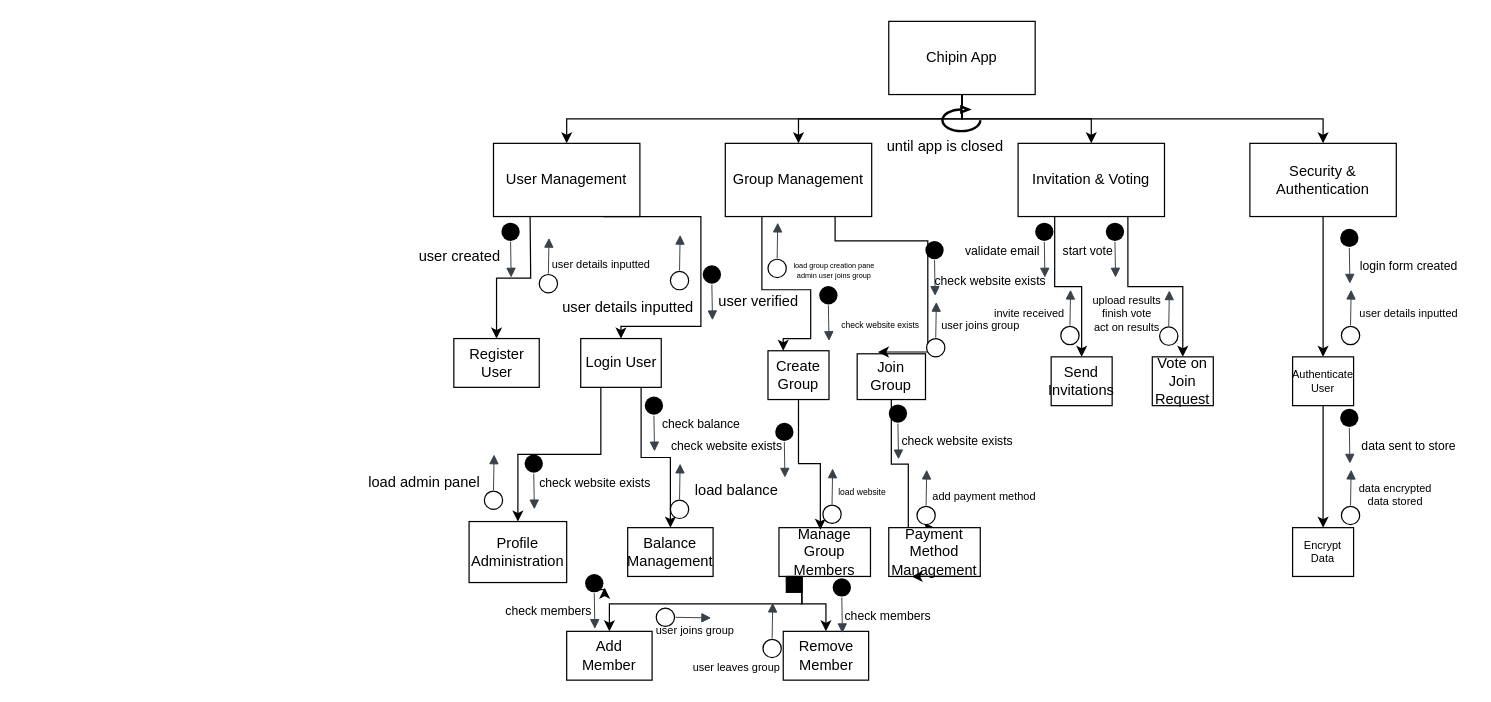
This is Software Engineering 2024 4 - Structure Chart.drawio from LaventD/ssa_project, a draw.io file, before an edit. Source tidied: cells renumbered, new cells numbered last; positions are measured from the earlier drawing's top-left corner, leaving out a move shared by most shapes. Both pictures are drawn from the tidied source at 122%, with x=0, y=0 at pixel (355, 21).
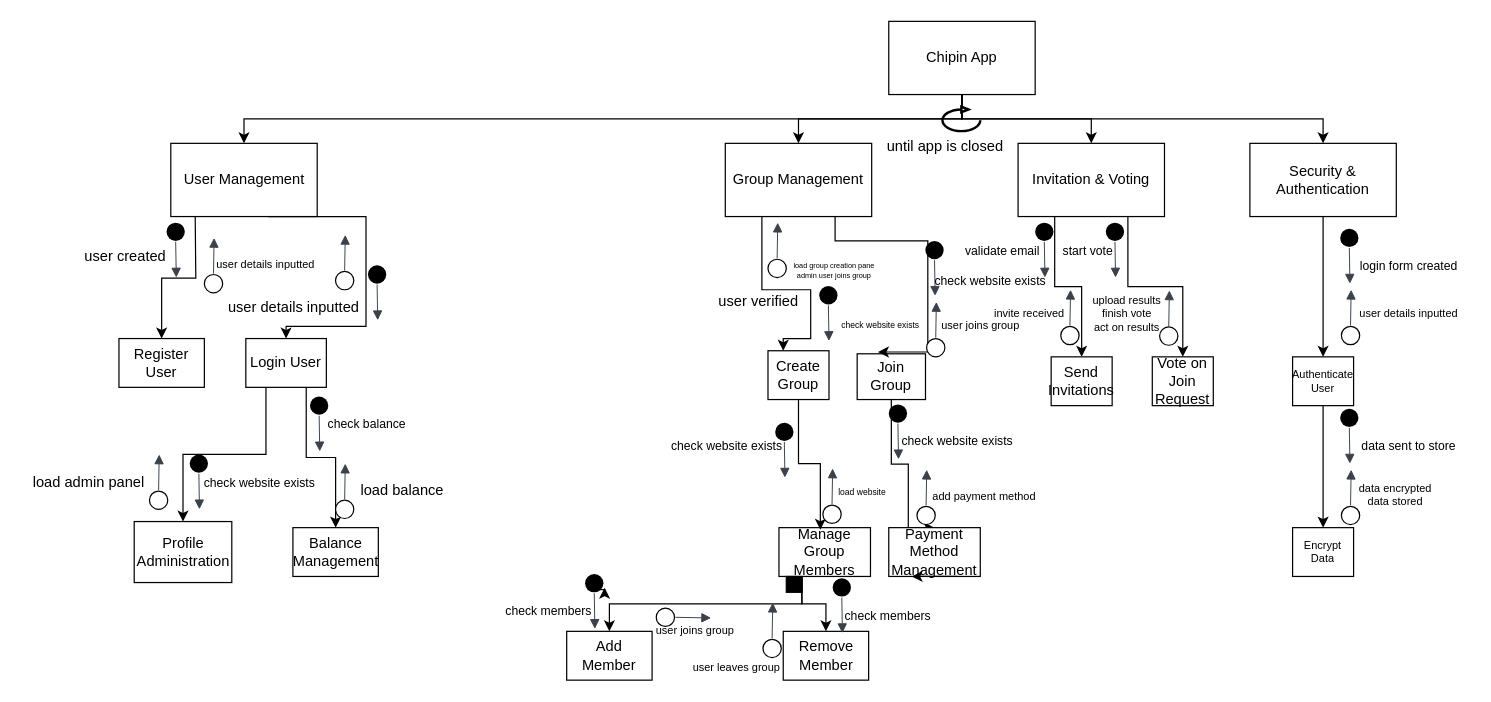
The same page after the edit.

Change to the diagram source:
```diff
@@
     <mxCell id="7" style="edgeStyle=orthogonalEdgeStyle;rounded=0;jettySize=auto;html=1;entryX=0.5;entryY=0;entryDx=0;entryDy=0;" parent="1" edge="1" target="19">
       <mxGeometry relative="1" as="geometry">
-        <mxPoint x="143" y="160" as="sourcePoint" />
+        <mxPoint x="-131.5" y="160" as="sourcePoint" />
       </mxGeometry>
     </mxCell>
-    <mxCell id="8" style="edgeStyle=orthogonalEdgeStyle;rounded=0;jettySize=auto;html=1;exitX=0.75;exitY=1;exitDx=0;exitDy=0;entryX=0.5;entryY=0;entryDx=0;entryDy=0;" parent="1" edge="1" source="9" target="22">
+    <mxCell id="8" style="edgeStyle=orthogonalEdgeStyle;rounded=0;jettySize=auto;html=1;exitX=0.75;exitY=1;exitDx=0;exitDy=0;entryX=0.5;entryY=0;entryDx=0;entryDy=0;" parent="1" edge="1" target="22">
       <mxGeometry relative="1" as="geometry">
+        <mxPoint x="-71.5" y="160" as="sourcePoint" />
         <Array as="points">
-          <mxPoint x="283" y="160" />
-          <mxPoint x="283" y="250" />
+          <mxPoint x="8.5" y="160" />
+          <mxPoint x="8.5" y="250" />
         </Array>
       </mxGeometry>
     </mxCell>
     <mxCell id="9" value="User Management" style="rounded=0;whiteSpace=wrap;html=1;" parent="1" vertex="1">
-      <mxGeometry x="113" y="100" width="120" height="60" as="geometry" />
+      <mxGeometry x="-151.5" y="100" width="120" height="60" as="geometry" />
     </mxCell>
@@
     <mxCell id="19" value="Register User" style="rounded=0;whiteSpace=wrap;html=1;" parent="1" vertex="1">
-      <mxGeometry x="80.5" y="260" width="70" height="40" as="geometry" />
+      <mxGeometry x="-194" y="260" width="70" height="40" as="geometry" />
     </mxCell>
@@
     <mxCell id="22" value="Login User" style="rounded=0;whiteSpace=wrap;html=1;" parent="1" vertex="1">
-      <mxGeometry x="184.5" y="260" width="66" height="40" as="geometry" />
+      <mxGeometry x="-90" y="260" width="66" height="40" as="geometry" />
     </mxCell>
     <mxCell id="23" value="Profile Administration" style="rounded=0;whiteSpace=wrap;html=1;" parent="1" vertex="1">
-      <mxGeometry x="93" y="410" width="80" height="50" as="geometry" />
+      <mxGeometry x="-181.5" y="410" width="80" height="50" as="geometry" />
     </mxCell>
     <mxCell id="24" value="Balance Management" style="rounded=0;whiteSpace=wrap;html=1;" parent="1" vertex="1">
-      <mxGeometry x="223" y="415" width="70" height="40" as="geometry" />
+      <mxGeometry x="-51.4" y="415" width="70" height="40" as="geometry" />
     </mxCell>
     <mxCell id="25" style="group;rotation=-90;" parent="1" vertex="1">
-      <mxGeometry x="105.5" y="180" width="45" height="15" as="geometry" />
+      <mxGeometry x="-169" y="180" width="45" height="15" as="geometry" />
     </mxCell>
@@
     <mxCell id="28" style="group;rotation=90;" parent="1" vertex="1">
-      <mxGeometry x="135.5" y="192.5" width="45" height="15" as="geometry" />
+      <mxGeometry x="-139" y="192.5" width="45" height="15" as="geometry" />
     </mxCell>
@@
     <mxCell id="31" value="user created" style="text;html=1;align=center;verticalAlign=middle;strokeColor=none;fillColor=none;" parent="1" vertex="1">
-      <mxGeometry x="40.4" y="177.5" width="90" height="30" as="geometry" />
+      <mxGeometry x="-234" y="177.5" width="90" height="30" as="geometry" />
     </mxCell>
     <mxCell id="32" value="user details inputted" style="text;html=1;align=center;verticalAlign=middle;strokeColor=none;fillColor=none;fontSize=9;" parent="1" vertex="1">
-      <mxGeometry x="150.5" y="190" width="100" height="20" as="geometry" />
+      <mxGeometry x="-124" y="190" width="100" height="20" as="geometry" />
     </mxCell>
     <mxCell id="33" style="group;rotation=-90;" parent="1" vertex="1">
-      <mxGeometry x="270.5" y="215" width="45" height="15" as="geometry" />
+      <mxGeometry x="-3.9" y="215" width="45" height="15" as="geometry" />
     </mxCell>
@@
     <mxCell id="36" value="user details inputted" style="text;html=1;align=center;verticalAlign=middle;strokeColor=none;fillColor=none;" parent="1" vertex="1">
-      <mxGeometry x="158" y="220" width="130" height="30" as="geometry" />
+      <mxGeometry x="-116.5" y="220" width="130" height="30" as="geometry" />
     </mxCell>
@@
     <mxCell id="38" style="group;rotation=90;" parent="1" vertex="1">
-      <mxGeometry x="243" y="190" width="45" height="15" as="geometry" />
+      <mxGeometry x="-31.5" y="190" width="45" height="15" as="geometry" />
     </mxCell>
@@
     <mxCell id="41" style="group;rotation=90;" parent="1" vertex="1">
-      <mxGeometry x="90.5" y="370" width="45" height="15" as="geometry" />
+      <mxGeometry x="-184" y="370" width="45" height="15" as="geometry" />
     </mxCell>
@@
     <mxCell id="44" style="group;rotation=-90;" parent="1" vertex="1">
-      <mxGeometry x="124.5" y="370" width="45" height="15" as="geometry" />
+      <mxGeometry x="-150" y="370" width="45" height="15" as="geometry" />
     </mxCell>
@@
     <mxCell id="47" value="load admin panel" style="text;html=1;align=center;verticalAlign=middle;strokeColor=none;fillColor=none;" parent="1" vertex="1">
-      <mxGeometry x="0.5" y="362.5" width="110" height="30" as="geometry" />
+      <mxGeometry x="-274" y="362.5" width="110" height="30" as="geometry" />
     </mxCell>
     <mxCell id="48" value="check website exists" style="text;html=1;align=center;verticalAlign=middle;strokeColor=none;fillColor=none;fontSize=10;" parent="1" vertex="1">
-      <mxGeometry x="140.5" y="362.5" width="110" height="30" as="geometry" />
+      <mxGeometry x="-134" y="362.5" width="110" height="30" as="geometry" />
     </mxCell>
     <mxCell id="49" style="group;rotation=90;" parent="1" vertex="1">
-      <mxGeometry x="243" y="377.5" width="45" height="15" as="geometry" />
+      <mxGeometry x="-31.5" y="377.5" width="45" height="15" as="geometry" />
     </mxCell>
@@
     <mxCell id="52" style="group;rotation=-90;" parent="1" vertex="1">
-      <mxGeometry x="223" y="322.5" width="45" height="15" as="geometry" />
+      <mxGeometry x="-51.4" y="322.5" width="45" height="15" as="geometry" />
     </mxCell>
@@
     <mxCell id="55" value="load balance" style="text;html=1;align=center;verticalAlign=middle;strokeColor=none;fillColor=none;" parent="1" vertex="1">
-      <mxGeometry x="267" y="370" width="90" height="30" as="geometry" />
+      <mxGeometry x="-7.5" y="370" width="90" height="30" as="geometry" />
     </mxCell>
     <mxCell id="56" value="check balance" style="text;html=1;align=center;verticalAlign=middle;strokeColor=none;fillColor=none;fontSize=10;" parent="1" vertex="1">
-      <mxGeometry x="238" y="315" width="90" height="30" as="geometry" />
+      <mxGeometry x="-36.4" y="315" width="90" height="30" as="geometry" />
     </mxCell>
```
